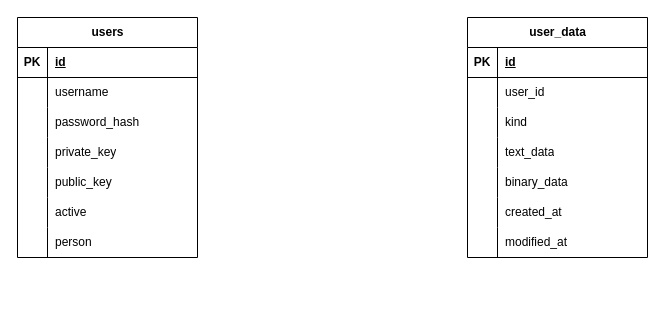
Before: documentation/goph-keeper_db_diagram.drawio in ElfAstAhe/goph-keeper, a draw.io diagram. Source tidied: cells renumbered, new cells numbered last; positions are measured from the earlier drawing's top-left corner, leaving out a move shared by most shapes. Both pictures are drawn from the tidied source at 100%, with x=0, y=0 at pixel (17, 17).
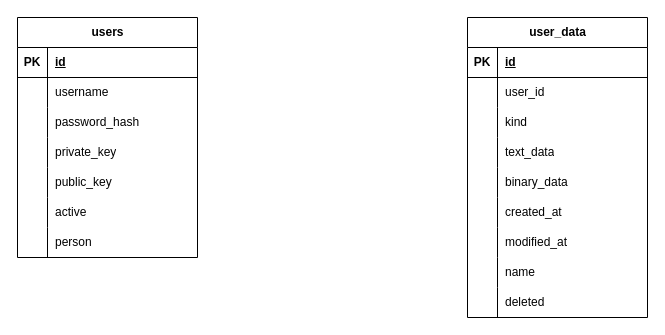
After the change.

Diff of the diagram source:
```diff
@@
     <mxCell id="24" value="user_data" style="shape=table;startSize=30;childLayout=tableLayout;rowLines=0;fontStyle=1;align=center;html=1;" parent="1" vertex="1">
-      <mxGeometry x="450" width="180" height="240" as="geometry" />
+      <mxGeometry x="450" width="180" height="300" as="geometry" />
     </mxCell>
@@
+    <mxCell id="46" style="shape=tableRow;horizontal=0;startSize=0;swimlaneHead=0;swimlaneBody=0;fillColor=none;top=0;left=0;right=0;bottom=0;" parent="24" vertex="1">
+      <mxGeometry y="240" width="180" height="30" as="geometry" />
+    </mxCell>
+    <mxCell id="47" style="shape=partialRectangle;fillColor=none;top=0;left=0;bottom=0;right=0;overflow=hidden;whiteSpace=wrap;html=1;" parent="46" vertex="1">
+      <mxGeometry width="30" height="30" as="geometry" />
+    </mxCell>
+    <mxCell id="48" value="name" style="shape=partialRectangle;fillColor=none;top=0;left=0;bottom=0;right=0;align=left;spacingLeft=6;overflow=hidden;whiteSpace=wrap;html=1;" parent="46" vertex="1">
+      <mxGeometry x="30" width="150" height="30" as="geometry" />
+    </mxCell>
+    <mxCell id="49" style="shape=tableRow;horizontal=0;startSize=0;swimlaneHead=0;swimlaneBody=0;fillColor=none;top=0;left=0;right=0;bottom=0;" parent="24" vertex="1">
+      <mxGeometry y="270" width="180" height="30" as="geometry" />
+    </mxCell>
+    <mxCell id="50" style="shape=partialRectangle;fillColor=none;top=0;left=0;bottom=0;right=0;overflow=hidden;whiteSpace=wrap;html=1;" parent="49" vertex="1">
+      <mxGeometry width="30" height="30" as="geometry" />
+    </mxCell>
+    <mxCell id="51" value="deleted" style="shape=partialRectangle;fillColor=none;top=0;left=0;bottom=0;right=0;align=left;spacingLeft=6;overflow=hidden;whiteSpace=wrap;html=1;" parent="49" vertex="1">
+      <mxGeometry x="30" width="150" height="30" as="geometry" />
+    </mxCell>
```
